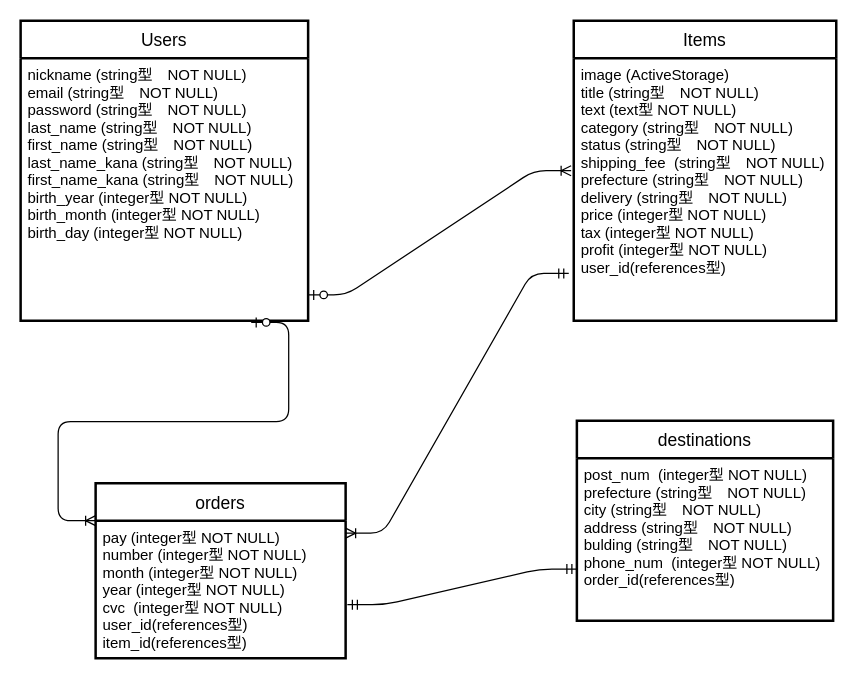
shunsaku0621/furima-35691 keeps this draw.io diagram as furima.dio. Above is the earlier version. Source tidied: cells renumbered, new cells numbered last; positions are measured from the earlier drawing's top-left corner, leaving out a move shared by most shapes. Both pictures are drawn from the tidied source at 125%, with x=0, y=0 at pixel (20, 20).
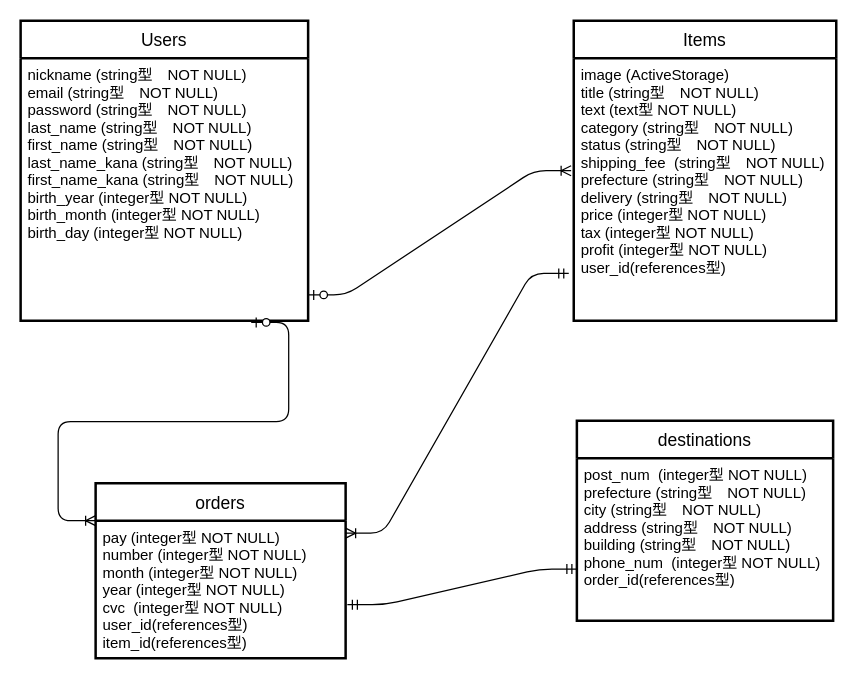
After the change.

The edit, as a diff of the source:
```diff
@@
 <mxGraphModel>
   <root>
     <mxCell id="0" />
     <mxCell id="1" parent="0" />
     <mxCell id="2" value="orders" style="swimlane;horizontal=1;startSize=30;fontSize=14;fontStyle=0;strokeWidth=2;shadow=0;dashed=0;align=center;" parent="1" vertex="1">
       <mxGeometry x="60" y="370" width="200" height="140" as="geometry" />
     </mxCell>
     <mxCell id="3" value="pay (integer型 NOT NULL)&#10;number (integer型 NOT NULL)&#10;month (integer型 NOT NULL)&#10;year (integer型 NOT NULL)&#10;cvc  (integer型 NOT NULL)&#10;user_id(references型)&#10;item_id(references型)" style="align=left;strokeColor=none;fillColor=none;spacingLeft=4;fontSize=12;verticalAlign=top;" parent="2" vertex="1">
       <mxGeometry y="30" width="200" height="110" as="geometry" />
     </mxCell>
     <mxCell id="4" value="Items" style="swimlane;horizontal=1;startSize=30;fontSize=14;fontStyle=0;strokeWidth=2;shadow=0;dashed=0;align=center;" parent="1" vertex="1">
       <mxGeometry x="442.5" width="210" height="240" as="geometry" />
     </mxCell>
     <mxCell id="5" value="image (ActiveStorage)&#10;title (string型　NOT NULL)&#10;text (text型 NOT NULL)&#10;category (string型　NOT NULL)&#10;status (string型　NOT NULL)&#10;shipping_fee  (string型　NOT NULL)&#10;prefecture (string型　NOT NULL)&#10;delivery (string型　NOT NULL)&#10;price (integer型 NOT NULL)&#10;tax (integer型 NOT NULL)&#10;profit (integer型 NOT NULL)&#10;user_id(references型)" style="align=left;strokeColor=none;fillColor=none;spacingLeft=4;fontSize=12;verticalAlign=top;" parent="4" vertex="1">
       <mxGeometry y="30" width="210" height="210" as="geometry" />
     </mxCell>
     <mxCell id="6" value="destinations" style="swimlane;horizontal=1;startSize=30;fontSize=14;fontStyle=0;strokeWidth=2;shadow=0;dashed=0;align=center;" parent="1" vertex="1">
       <mxGeometry x="445" y="320" width="205" height="160" as="geometry" />
     </mxCell>
-    <mxCell id="7" value="post_num  (integer型 NOT NULL)&#10;prefecture (string型　NOT NULL)&#10;city (string型　NOT NULL)&#10;address (string型　NOT NULL)&#10;bulding (string型　NOT NULL)&#10;phone_num  (integer型 NOT NULL)&#10;order_id(references型)&#10;" style="align=left;strokeColor=none;fillColor=none;spacingLeft=4;fontSize=12;verticalAlign=top;" parent="6" vertex="1">
+    <mxCell id="7" value="post_num  (integer型 NOT NULL)&#10;prefecture (string型　NOT NULL)&#10;city (string型　NOT NULL)&#10;address (string型　NOT NULL)&#10;building (string型　NOT NULL)&#10;phone_num  (integer型 NOT NULL)&#10;order_id(references型)&#10;" style="align=left;strokeColor=none;fillColor=none;spacingLeft=4;fontSize=12;verticalAlign=top;" parent="6" vertex="1">
       <mxGeometry y="30" width="205" height="130" as="geometry" />
     </mxCell>
     <mxCell id="8" style="edgeStyle=entityRelationEdgeStyle;fontSize=13;html=1;endArrow=ERoneToMany;startArrow=ERzeroToOne;exitX=1.002;exitY=0.902;exitDx=0;exitDy=0;exitPerimeter=0;entryX=-0.01;entryY=0.429;entryDx=0;entryDy=0;entryPerimeter=0;" parent="1" edge="1" source="10" target="5">
       <mxGeometry relative="1" as="geometry" />
     </mxCell>
     <mxCell id="9" value="Users" style="swimlane;horizontal=1;startSize=30;fontSize=14;fontStyle=0;strokeWidth=2;shadow=0;dashed=0;align=center;" parent="1" vertex="1">
       <mxGeometry width="230" height="240" as="geometry" />
     </mxCell>
     <mxCell id="10" value="nickname (string型　NOT NULL)&#10;email (string型　NOT NULL)&#10;password (string型　NOT NULL)&#10;last_name (string型　NOT NULL)&#10;first_name (string型　NOT NULL)&#10;last_name_kana (string型　NOT NULL)&#10;first_name_kana (string型　NOT NULL)&#10;birth_year (integer型 NOT NULL)&#10;birth_month (integer型 NOT NULL)&#10;birth_day (integer型 NOT NULL)" style="align=left;strokeColor=none;fillColor=none;spacingLeft=4;fontSize=12;verticalAlign=top;" parent="9" vertex="1">
       <mxGeometry y="30" width="230" height="210" as="geometry" />
     </mxCell>
     <mxCell id="11" style="edgeStyle=entityRelationEdgeStyle;fontSize=12;html=1;endArrow=ERoneToMany;startArrow=ERzeroToOne;exitX=0.802;exitY=1.007;exitDx=0;exitDy=0;exitPerimeter=0;" parent="1" edge="1" source="10">
       <mxGeometry relative="1" as="geometry">
         <mxPoint x="60" y="400" as="targetPoint" />
       </mxGeometry>
     </mxCell>
     <mxCell id="12" style="edgeStyle=entityRelationEdgeStyle;fontSize=12;html=1;endArrow=ERmandOne;startArrow=ERmandOne;exitX=1.007;exitY=0.611;exitDx=0;exitDy=0;exitPerimeter=0;entryX=0;entryY=0.683;entryDx=0;entryDy=0;entryPerimeter=0;" parent="1" edge="1" source="3" target="7">
       <mxGeometry relative="1" as="geometry" />
     </mxCell>
     <mxCell id="13" style="edgeStyle=entityRelationEdgeStyle;fontSize=12;html=1;endArrow=ERoneToMany;startArrow=ERmandOne;entryX=1;entryY=0.091;entryDx=0;entryDy=0;entryPerimeter=0;exitX=-0.019;exitY=0.82;exitDx=0;exitDy=0;exitPerimeter=0;" parent="1" edge="1" source="5" target="3">
       <mxGeometry relative="1" as="geometry" />
     </mxCell>
   </root>
 </mxGraphModel>
```
